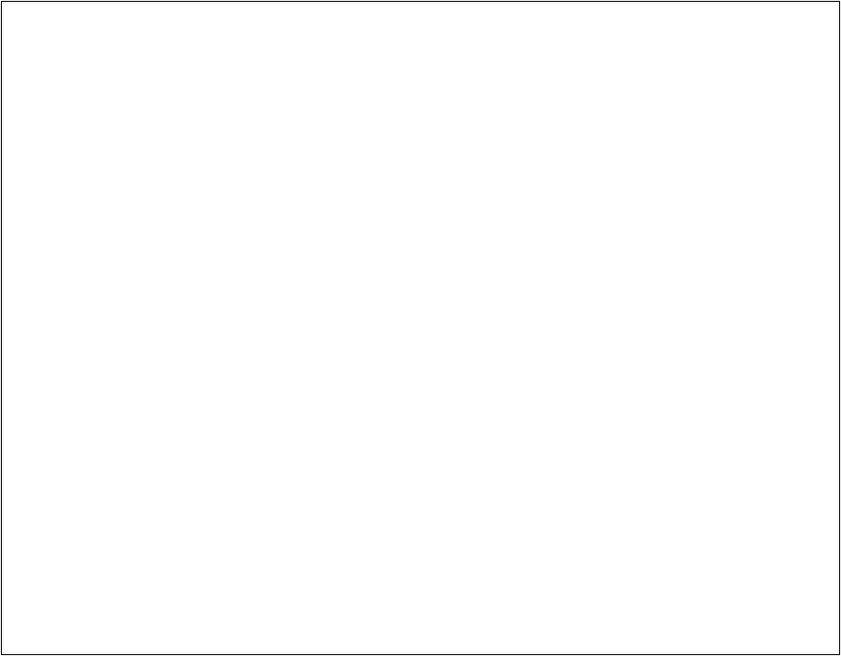
The draw.io diagram docs/wireframes/restaurant_page.png in HCoban/Coussie, before a commit. Source tidied: cells renumbered, new cells last; positions are measured from the earlier drawing's top-left corner, leaving out a move shared by most shapes. Its diagram source:
```xml
<mxGraphModel background="#ffffff">
  <root>
    <mxCell id="0" />
    <mxCell id="1" parent="0" />
    <mxCell id="2" style="whiteSpace=wrap;html=1;rounded=0;shadow=0;glass=0;labelBackgroundColor=none;fillColor=none;fontFamily=Lucida Console;fontSize=16;fontColor=#1A1A1A;align=left;" parent="1" vertex="1">
      <mxGeometry width="910" height="710" as="geometry" />
    </mxCell>
  </root>
</mxGraphModel>
```
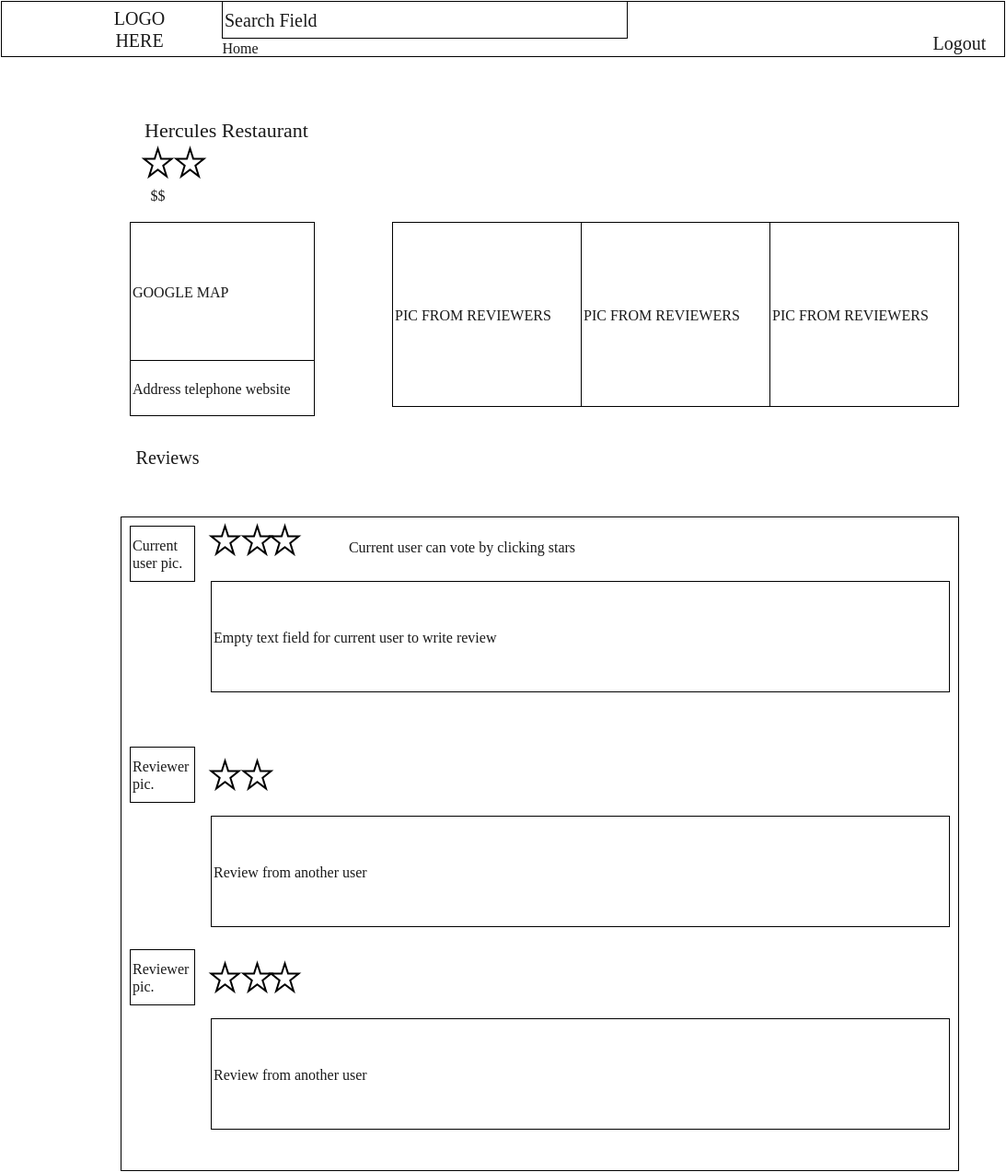
The same diagram one commit later.

Commit message:
restaurant page added

Change to the diagram source:
```diff
@@ -2,8 +2,98 @@
   <root>
     <mxCell id="0" />
     <mxCell id="1" parent="0" />
+    <mxCell id="3" style="whiteSpace=wrap;html=1;rounded=0;shadow=0;glass=0;labelBackgroundColor=none;fillColor=none;fontFamily=Lucida Console;fontSize=20;fontColor=#1A1A1A;align=left;" parent="1" vertex="1">
+      <mxGeometry x="-130" y="-560" width="1090" height="60" as="geometry" />
+    </mxCell>
+    <mxCell id="4" value="LOGO HERE" style="text;html=1;strokeColor=none;fillColor=none;align=center;verticalAlign=middle;whiteSpace=wrap;rounded=0;shadow=0;glass=0;labelBackgroundColor=none;fontFamily=Lucida Console;fontSize=20;fontColor=#1A1A1A;" parent="1" vertex="1">
+      <mxGeometry y="-540" width="40" height="20" as="geometry" />
+    </mxCell>
+    <mxCell id="5" value="Search Field" style="whiteSpace=wrap;html=1;rounded=0;shadow=0;glass=0;labelBackgroundColor=none;fillColor=none;fontFamily=Lucida Console;fontSize=20;fontColor=#1A1A1A;align=left;" parent="1" vertex="1">
+      <mxGeometry x="110" y="-560" width="440" height="40" as="geometry" />
+    </mxCell>
+    <mxCell id="6" value="Logout" style="text;html=1;strokeColor=none;fillColor=none;align=center;verticalAlign=middle;whiteSpace=wrap;rounded=0;shadow=0;glass=0;labelBackgroundColor=none;fontFamily=Lucida Console;fontSize=20;fontColor=#1A1A1A;" parent="1" vertex="1">
+      <mxGeometry x="890" y="-530" width="40" height="30" as="geometry" />
+    </mxCell>
+    <mxCell id="7" value="&lt;font style=&quot;font-size: 16px;&quot;&gt;Home&lt;/font&gt;" style="text;html=1;strokeColor=none;fillColor=none;align=center;verticalAlign=middle;whiteSpace=wrap;rounded=0;shadow=0;glass=0;labelBackgroundColor=none;fontFamily=Lucida Console;fontSize=16;fontColor=#1A1A1A;" parent="1" vertex="1">
+      <mxGeometry x="110" y="-515" width="40" height="10" as="geometry" />
+    </mxCell>
+    <mxCell id="8" value="&lt;font style=&quot;font-size: 22px&quot;&gt;Hercules Restaurant&lt;/font&gt;" style="text;html=1;strokeColor=none;fillColor=none;align=center;verticalAlign=middle;whiteSpace=wrap;rounded=0;shadow=0;glass=0;labelBackgroundColor=none;fontFamily=Lucida Console;fontSize=16;fontColor=#1A1A1A;" parent="1" vertex="1">
+      <mxGeometry x="-30" y="-460" width="290" height="80" as="geometry" />
+    </mxCell>
+    <mxCell id="9" style="verticalLabelPosition=bottom;verticalAlign=top;html=1;strokeWidth=2;shape=mxgraph.basic.star;rounded=0;shadow=0;glass=0;labelBackgroundColor=none;fillColor=none;fontFamily=Lucida Console;fontSize=16;fontColor=#1A1A1A;align=left;" parent="1" vertex="1">
+      <mxGeometry x="25" y="-400" width="30" height="30" as="geometry" />
+    </mxCell>
+    <mxCell id="10" style="verticalLabelPosition=bottom;verticalAlign=top;html=1;strokeWidth=2;shape=mxgraph.basic.star;rounded=0;shadow=0;glass=0;labelBackgroundColor=none;fillColor=none;fontFamily=Lucida Console;fontSize=16;fontColor=#1A1A1A;align=left;" parent="1" vertex="1">
+      <mxGeometry x="60" y="-400" width="30" height="30" as="geometry" />
+    </mxCell>
+    <mxCell id="11" value="$$" style="text;html=1;strokeColor=none;fillColor=none;align=center;verticalAlign=middle;whiteSpace=wrap;rounded=0;shadow=0;glass=0;labelBackgroundColor=none;fontFamily=Lucida Console;fontSize=16;fontColor=#1A1A1A;" parent="1" vertex="1">
+      <mxGeometry x="20" y="-360" width="40" height="20" as="geometry" />
+    </mxCell>
+    <mxCell id="12" value="GOOGLE MAP" style="whiteSpace=wrap;html=1;rounded=0;shadow=0;glass=0;labelBackgroundColor=none;fillColor=none;fontFamily=Lucida Console;fontSize=16;fontColor=#1A1A1A;align=left;" parent="1" vertex="1">
+      <mxGeometry x="10" y="-320" width="200" height="150" as="geometry" />
+    </mxCell>
+    <mxCell id="13" value="PIC FROM REVIEWERS" style="whiteSpace=wrap;html=1;rounded=0;shadow=0;glass=0;labelBackgroundColor=none;fillColor=none;fontFamily=Lucida Console;fontSize=16;fontColor=#1A1A1A;align=left;" parent="1" vertex="1">
+      <mxGeometry x="295" y="-320" width="205" height="200" as="geometry" />
+    </mxCell>
+    <mxCell id="14" value="PIC FROM REVIEWERS" style="whiteSpace=wrap;html=1;rounded=0;shadow=0;glass=0;labelBackgroundColor=none;fillColor=none;fontFamily=Lucida Console;fontSize=16;fontColor=#1A1A1A;align=left;" parent="1" vertex="1">
+      <mxGeometry x="500" y="-320" width="205" height="200" as="geometry" />
+    </mxCell>
+    <mxCell id="15" value="PIC FROM REVIEWERS" style="whiteSpace=wrap;html=1;rounded=0;shadow=0;glass=0;labelBackgroundColor=none;fillColor=none;fontFamily=Lucida Console;fontSize=16;fontColor=#1A1A1A;align=left;" parent="1" vertex="1">
+      <mxGeometry x="705" y="-320" width="205" height="200" as="geometry" />
+    </mxCell>
+    <mxCell id="16" value="&lt;font style=&quot;font-size: 20px&quot;&gt;Reviews&lt;/font&gt;" style="text;html=1;strokeColor=none;fillColor=none;align=center;verticalAlign=middle;whiteSpace=wrap;rounded=0;shadow=0;glass=0;labelBackgroundColor=none;fontFamily=Lucida Console;fontSize=16;fontColor=#1A1A1A;" parent="1" vertex="1">
+      <mxGeometry x="10" y="-90" width="80" height="50" as="geometry" />
+    </mxCell>
+    <mxCell id="17" value="Address telephone website" style="whiteSpace=wrap;html=1;rounded=0;shadow=0;glass=0;labelBackgroundColor=none;fillColor=none;fontFamily=Lucida Console;fontSize=16;fontColor=#1A1A1A;align=left;" parent="1" vertex="1">
+      <mxGeometry x="10" y="-170" width="200" height="60" as="geometry" />
+    </mxCell>
     <mxCell id="2" style="whiteSpace=wrap;html=1;rounded=0;shadow=0;glass=0;labelBackgroundColor=none;fillColor=none;fontFamily=Lucida Console;fontSize=16;fontColor=#1A1A1A;align=left;" parent="1" vertex="1">
       <mxGeometry width="910" height="710" as="geometry" />
     </mxCell>
+    <mxCell id="18" value="Current user&amp;nbsp;&lt;span style=&quot;line-height: 1.2&quot;&gt;pic.&lt;/span&gt;" style="whiteSpace=wrap;html=1;rounded=0;shadow=0;glass=0;labelBackgroundColor=none;fillColor=none;fontFamily=Lucida Console;fontSize=16;fontColor=#1A1A1A;align=left;" parent="1" vertex="1">
+      <mxGeometry x="10" y="10" width="70" height="60" as="geometry" />
+    </mxCell>
+    <mxCell id="19" style="verticalLabelPosition=bottom;verticalAlign=top;html=1;strokeWidth=2;shape=mxgraph.basic.star;rounded=0;shadow=0;glass=0;labelBackgroundColor=none;fillColor=none;fontFamily=Lucida Console;fontSize=16;fontColor=#1A1A1A;align=left;" parent="1" vertex="1">
+      <mxGeometry x="98" y="10" width="30" height="30" as="geometry" />
+    </mxCell>
+    <mxCell id="20" style="verticalLabelPosition=bottom;verticalAlign=top;html=1;strokeWidth=2;shape=mxgraph.basic.star;rounded=0;shadow=0;glass=0;labelBackgroundColor=none;fillColor=none;fontFamily=Lucida Console;fontSize=16;fontColor=#1A1A1A;align=left;" parent="1" vertex="1">
+      <mxGeometry x="133" y="10" width="30" height="30" as="geometry" />
+    </mxCell>
+    <mxCell id="21" style="verticalLabelPosition=bottom;verticalAlign=top;html=1;strokeWidth=2;shape=mxgraph.basic.star;rounded=0;shadow=0;glass=0;labelBackgroundColor=none;fillColor=none;fontFamily=Lucida Console;fontSize=16;fontColor=#1A1A1A;align=left;" parent="1" vertex="1">
+      <mxGeometry x="163" y="10" width="30" height="30" as="geometry" />
+    </mxCell>
+    <mxCell id="22" value="Current user can vote by clicking stars" style="text;html=1;strokeColor=none;fillColor=none;align=center;verticalAlign=middle;whiteSpace=wrap;rounded=0;shadow=0;glass=0;labelBackgroundColor=none;fontFamily=Lucida Console;fontSize=16;fontColor=#1A1A1A;" parent="1" vertex="1">
+      <mxGeometry x="230" y="15" width="280" height="35" as="geometry" />
+    </mxCell>
+    <mxCell id="23" value="Empty text field for current user to write review" style="whiteSpace=wrap;html=1;rounded=0;shadow=0;glass=0;labelBackgroundColor=none;fillColor=none;fontFamily=Lucida Console;fontSize=16;fontColor=#1A1A1A;align=left;" parent="1" vertex="1">
+      <mxGeometry x="98" y="70" width="802" height="120" as="geometry" />
+    </mxCell>
+    <mxCell id="24" value="&lt;span style=&quot;line-height: 1.2&quot;&gt;Reviewer pic.&lt;/span&gt;" style="whiteSpace=wrap;html=1;rounded=0;shadow=0;glass=0;labelBackgroundColor=none;fillColor=none;fontFamily=Lucida Console;fontSize=16;fontColor=#1A1A1A;align=left;" parent="1" vertex="1">
+      <mxGeometry x="10" y="250" width="70" height="60" as="geometry" />
+    </mxCell>
+    <mxCell id="25" style="verticalLabelPosition=bottom;verticalAlign=top;html=1;strokeWidth=2;shape=mxgraph.basic.star;rounded=0;shadow=0;glass=0;labelBackgroundColor=none;fillColor=none;fontFamily=Lucida Console;fontSize=16;fontColor=#1A1A1A;align=left;" parent="1" vertex="1">
+      <mxGeometry x="98" y="265" width="30" height="30" as="geometry" />
+    </mxCell>
+    <mxCell id="26" style="verticalLabelPosition=bottom;verticalAlign=top;html=1;strokeWidth=2;shape=mxgraph.basic.star;rounded=0;shadow=0;glass=0;labelBackgroundColor=none;fillColor=none;fontFamily=Lucida Console;fontSize=16;fontColor=#1A1A1A;align=left;" parent="1" vertex="1">
+      <mxGeometry x="133" y="265" width="30" height="30" as="geometry" />
+    </mxCell>
+    <mxCell id="27" value="Review from another user" style="whiteSpace=wrap;html=1;rounded=0;shadow=0;glass=0;labelBackgroundColor=none;fillColor=none;fontFamily=Lucida Console;fontSize=16;fontColor=#1A1A1A;align=left;" parent="1" vertex="1">
+      <mxGeometry x="98" y="325" width="802" height="120" as="geometry" />
+    </mxCell>
+    <mxCell id="28" value="&lt;span style=&quot;line-height: 1.2&quot;&gt;Reviewer pic.&lt;/span&gt;" style="whiteSpace=wrap;html=1;rounded=0;shadow=0;glass=0;labelBackgroundColor=none;fillColor=none;fontFamily=Lucida Console;fontSize=16;fontColor=#1A1A1A;align=left;" parent="1" vertex="1">
+      <mxGeometry x="10" y="470" width="70" height="60" as="geometry" />
+    </mxCell>
+    <mxCell id="29" style="verticalLabelPosition=bottom;verticalAlign=top;html=1;strokeWidth=2;shape=mxgraph.basic.star;rounded=0;shadow=0;glass=0;labelBackgroundColor=none;fillColor=none;fontFamily=Lucida Console;fontSize=16;fontColor=#1A1A1A;align=left;" parent="1" vertex="1">
+      <mxGeometry x="98" y="485" width="30" height="30" as="geometry" />
+    </mxCell>
+    <mxCell id="30" style="verticalLabelPosition=bottom;verticalAlign=top;html=1;strokeWidth=2;shape=mxgraph.basic.star;rounded=0;shadow=0;glass=0;labelBackgroundColor=none;fillColor=none;fontFamily=Lucida Console;fontSize=16;fontColor=#1A1A1A;align=left;" parent="1" vertex="1">
+      <mxGeometry x="133" y="485" width="30" height="30" as="geometry" />
+    </mxCell>
+    <mxCell id="31" value="Review from another user" style="whiteSpace=wrap;html=1;rounded=0;shadow=0;glass=0;labelBackgroundColor=none;fillColor=none;fontFamily=Lucida Console;fontSize=16;fontColor=#1A1A1A;align=left;" parent="1" vertex="1">
+      <mxGeometry x="98" y="545" width="802" height="120" as="geometry" />
+    </mxCell>
+    <mxCell id="32" style="verticalLabelPosition=bottom;verticalAlign=top;html=1;strokeWidth=2;shape=mxgraph.basic.star;rounded=0;shadow=0;glass=0;labelBackgroundColor=none;fillColor=none;fontFamily=Lucida Console;fontSize=16;fontColor=#1A1A1A;align=left;" parent="1" vertex="1">
+      <mxGeometry x="163" y="485" width="30" height="30" as="geometry" />
+    </mxCell>
   </root>
 </mxGraphModel>
```
